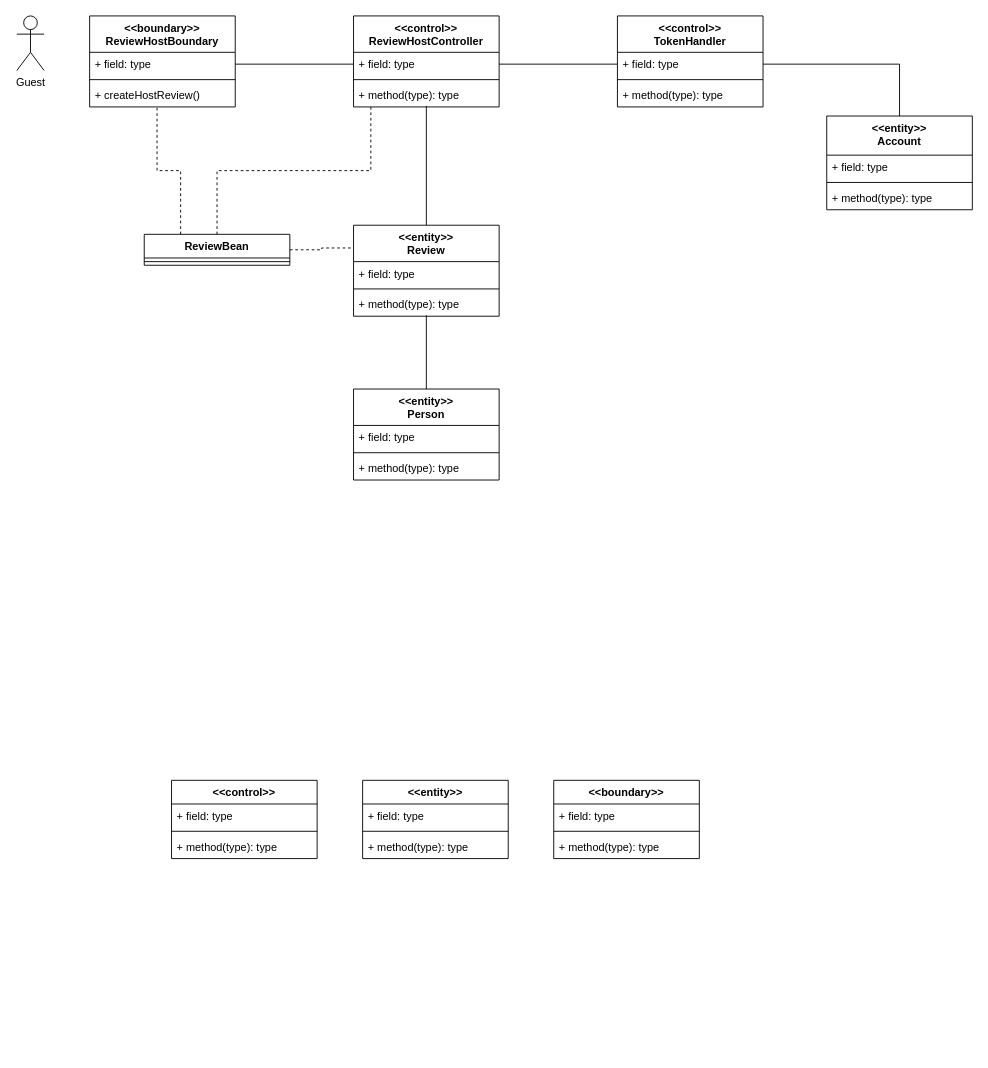
Earlier version of the draw.io diagram Docs/VoPC/VoPC ReviewHost.drawio (nic-agos/DoveStudi). Source tidied: cells renumbered, new cells numbered last; positions are measured from the earlier drawing's top-left corner, leaving out a move shared by most shapes. Both pictures are drawn from the tidied source at 91%, with x=0, y=0 at pixel (16, 15).
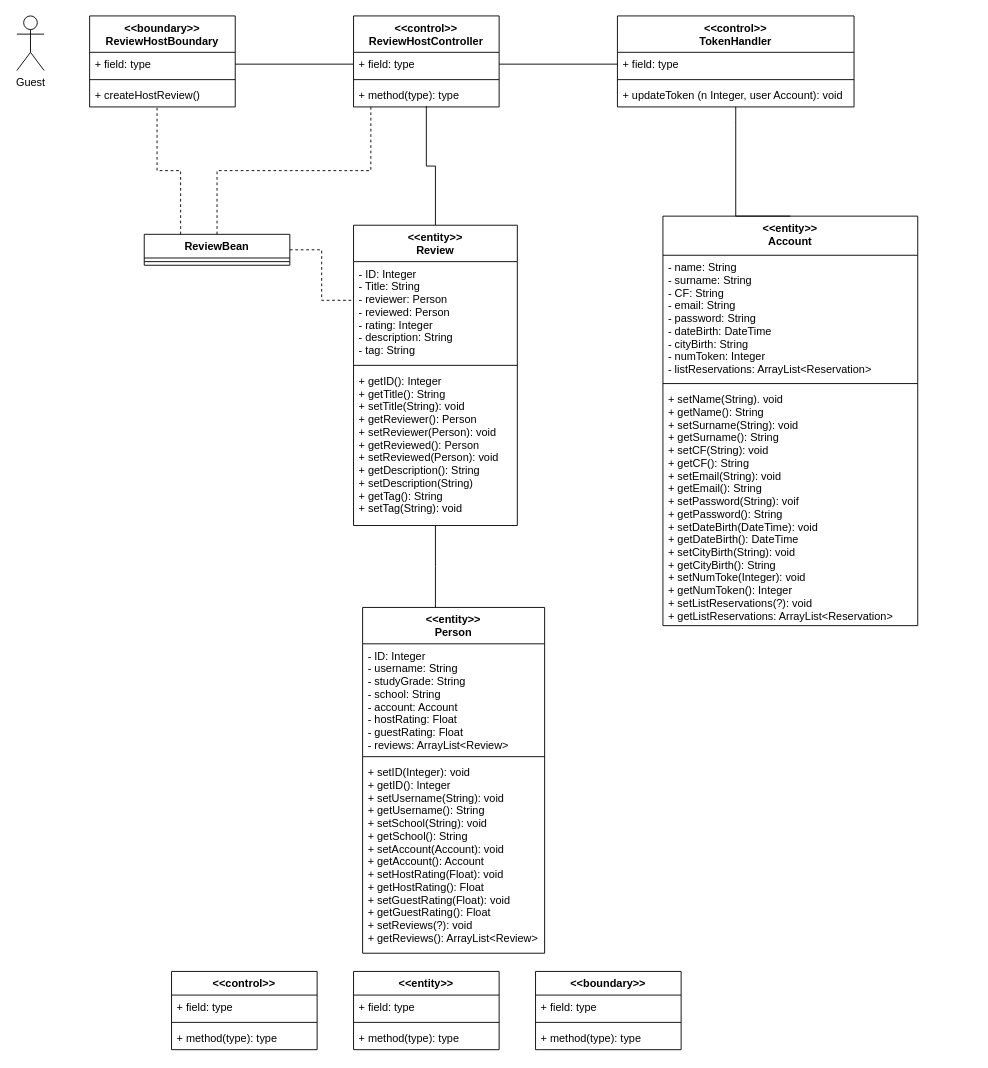
The same page after the edit.

Commit message:
added person/account

Diff of the diagram source:
```diff
@@
     <mxCell id="2" value="&lt;&lt;control&gt;&gt;" style="swimlane;fontStyle=1;align=center;verticalAlign=top;horizontal=1;startSize=26;" parent="1" vertex="1">
-      <mxGeometry x="170" y="840" width="160" height="86" as="geometry" />
+      <mxGeometry x="170" y="1050" width="160" height="86" as="geometry" />
     </mxCell>
@@
     <mxCell id="6" value="&lt;&lt;entity&gt;&gt;" style="swimlane;fontStyle=1;align=center;verticalAlign=top;horizontal=1;startSize=26;" parent="1" vertex="1">
-      <mxGeometry x="380" y="840" width="160" height="86" as="geometry" />
+      <mxGeometry x="370" y="1050" width="160" height="86" as="geometry" />
     </mxCell>
@@
     <mxCell id="10" value="&lt;&lt;boundary&gt;&gt;" style="swimlane;fontStyle=1;align=center;verticalAlign=top;horizontal=1;startSize=26;" parent="1" vertex="1">
-      <mxGeometry x="590" y="840" width="160" height="86" as="geometry" />
+      <mxGeometry x="570" y="1050" width="160" height="86" as="geometry" />
     </mxCell>
@@
     <mxCell id="29" value="&lt;&lt;entity&gt;&gt;&#10;Review" style="swimlane;fontStyle=1;align=center;verticalAlign=top;horizontal=1;startSize=40;" parent="1" vertex="1">
-      <mxGeometry x="370" y="230" width="160" height="100" as="geometry" />
+      <mxGeometry x="370" y="230" width="180" height="330" as="geometry" />
     </mxCell>
-    <mxCell id="30" value="+ field: type" style="text;strokeColor=none;fillColor=none;align=left;verticalAlign=top;spacingLeft=4;spacingRight=4;overflow=hidden;" parent="29" vertex="1">
-      <mxGeometry y="40" width="160" height="26" as="geometry" />
+    <mxCell id="30" value="- ID: Integer&#10;- Title: String&#10;- reviewer: Person&#10;- reviewed: Person&#10;- rating: Integer&#10;- description: String&#10;- tag: String" style="text;strokeColor=none;fillColor=none;align=left;verticalAlign=top;spacingLeft=4;spacingRight=4;overflow=hidden;" parent="29" vertex="1">
+      <mxGeometry y="40" width="180" height="110" as="geometry" />
     </mxCell>
     <mxCell id="31" style="line;strokeWidth=1;fillColor=none;align=left;verticalAlign=middle;spacingTop=-1;spacingLeft=3;spacingRight=3;labelPosition=right;" parent="29" vertex="1">
-      <mxGeometry y="66" width="160" height="8" as="geometry" />
+      <mxGeometry y="150" width="180" height="8" as="geometry" />
     </mxCell>
-    <mxCell id="32" value="+ method(type): type" style="text;strokeColor=none;fillColor=none;align=left;verticalAlign=top;spacingLeft=4;spacingRight=4;overflow=hidden;points=[[0,0.5],[1,0.5]];portConstraint=eastwest;" parent="29" vertex="1">
-      <mxGeometry y="74" width="160" height="26" as="geometry" />
+    <mxCell id="32" value="+ getID(): Integer&#10;+ getTitle(): String&#10;+ setTitle(String): void&#10;+ getReviewer(): Person&#10;+ setReviewer(Person): void&#10;+ getReviewed(): Person&#10;+ setReviewed(Person): void&#10;+ getDescription(): String&#10;+ setDescription(String)&#10;+ getTag(): String&#10;+ setTag(String): void" style="text;strokeColor=none;fillColor=none;align=left;verticalAlign=top;spacingLeft=4;spacingRight=4;overflow=hidden;points=[[0,0.5],[1,0.5]];portConstraint=eastwest;" parent="29" vertex="1">
+      <mxGeometry y="158" width="180" height="172" as="geometry" />
     </mxCell>
-    <mxCell id="33" style="edgeStyle=orthogonalEdgeStyle;rounded=0;jettySize=auto;html=1;entryX=0.5;entryY=0.962;entryDx=0;entryDy=0;entryPerimeter=0;endArrow=none;endFill=0;" parent="1" edge="1" source="34" target="32">
-      <mxGeometry relative="1" as="geometry" />
+    <mxCell id="33" style="edgeStyle=orthogonalEdgeStyle;rounded=0;jettySize=auto;html=1;endArrow=none;endFill=0;" parent="1" edge="1" source="34">
+      <mxGeometry relative="1" as="geometry">
+        <mxPoint x="460" y="560" as="targetPoint" />
+        <Array as="points">
+          <mxPoint x="460" y="605" />
+          <mxPoint x="460" y="605" />
+        </Array>
+      </mxGeometry>
     </mxCell>
     <mxCell id="34" value="&lt;&lt;entity&gt;&gt;&#10;Person" style="swimlane;fontStyle=1;align=center;verticalAlign=top;horizontal=1;startSize=40;" parent="1" vertex="1">
-      <mxGeometry x="370" y="410" width="160" height="100" as="geometry" />
+      <mxGeometry x="380" y="650" width="200" height="380" as="geometry" />
     </mxCell>
-    <mxCell id="35" value="+ field: type" style="text;strokeColor=none;fillColor=none;align=left;verticalAlign=top;spacingLeft=4;spacingRight=4;overflow=hidden;" parent="34" vertex="1">
-      <mxGeometry y="40" width="160" height="26" as="geometry" />
+    <mxCell id="35" value="- ID: Integer&#10;- username: String&#10;- studyGrade: String&#10;- school: String&#10;- account: Account&#10;- hostRating: Float&#10;- guestRating: Float&#10;- reviews: ArrayList&lt;Review&gt;" style="text;strokeColor=none;fillColor=none;align=left;verticalAlign=top;spacingLeft=4;spacingRight=4;overflow=hidden;" parent="34" vertex="1">
+      <mxGeometry y="40" width="200" height="120" as="geometry" />
     </mxCell>
     <mxCell id="36" style="line;strokeWidth=1;fillColor=none;align=left;verticalAlign=middle;spacingTop=-1;spacingLeft=3;spacingRight=3;labelPosition=right;" parent="34" vertex="1">
-      <mxGeometry y="66" width="160" height="8" as="geometry" />
+      <mxGeometry y="160" width="200" height="8" as="geometry" />
     </mxCell>
-    <mxCell id="37" value="+ method(type): type" style="text;strokeColor=none;fillColor=none;align=left;verticalAlign=top;spacingLeft=4;spacingRight=4;overflow=hidden;" parent="34" vertex="1">
-      <mxGeometry y="74" width="160" height="26" as="geometry" />
+    <mxCell id="37" value="+ setID(Integer): void&#10;+ getID(): Integer&#10;+ setUsername(String): void&#10;+ getUsername(): String&#10;+ setSchool(String): void&#10;+ getSchool(): String&#10;+ setAccount(Account): void&#10;+ getAccount(): Account&#10;+ setHostRating(Float): void&#10;+ getHostRating(): Float&#10;+ setGuestRating(Float): void&#10;+ getGuestRating(): Float&#10;+ setReviews(?): void&#10;+ getReviews(): ArrayList&lt;Review&gt;" style="text;strokeColor=none;fillColor=none;align=left;verticalAlign=top;spacingLeft=4;spacingRight=4;overflow=hidden;" parent="34" vertex="1">
+      <mxGeometry y="168" width="200" height="212" as="geometry" />
     </mxCell>
@@
     <mxCell id="39" value="&lt;&lt;entity&gt;&gt;&#10;Account" style="swimlane;fontStyle=1;align=center;verticalAlign=top;horizontal=1;startSize=43;" parent="1" vertex="1">
-      <mxGeometry x="890" y="110" width="160" height="103" as="geometry" />
+      <mxGeometry x="710" y="220" width="280" height="450" as="geometry" />
     </mxCell>
-    <mxCell id="40" value="+ field: type" style="text;strokeColor=none;fillColor=none;align=left;verticalAlign=top;spacingLeft=4;spacingRight=4;overflow=hidden;" parent="39" vertex="1">
-      <mxGeometry y="43" width="160" height="26" as="geometry" />
+    <mxCell id="40" value="- name: String&#10;- surname: String&#10;- CF: String&#10;- email: String&#10;- password: String&#10;- dateBirth: DateTime&#10;- cityBirth: String&#10;- numToken: Integer&#10;- listReservations: ArrayList&lt;Reservation&gt;" style="text;strokeColor=none;fillColor=none;align=left;verticalAlign=top;spacingLeft=4;spacingRight=4;overflow=hidden;" parent="39" vertex="1">
+      <mxGeometry y="43" width="280" height="137" as="geometry" />
     </mxCell>
     <mxCell id="41" style="line;strokeWidth=1;fillColor=none;align=left;verticalAlign=middle;spacingTop=-1;spacingLeft=3;spacingRight=3;labelPosition=right;" parent="39" vertex="1">
-      <mxGeometry y="69" width="160" height="8" as="geometry" />
+      <mxGeometry y="180" width="280" height="8" as="geometry" />
     </mxCell>
-    <mxCell id="42" value="+ method(type): type" style="text;strokeColor=none;fillColor=none;align=left;verticalAlign=top;spacingLeft=4;spacingRight=4;overflow=hidden;" parent="39" vertex="1">
-      <mxGeometry y="77" width="160" height="26" as="geometry" />
+    <mxCell id="42" value="+ setName(String). void&#10;+ getName(): String&#10;+ setSurname(String): void&#10;+ getSurname(): String&#10;+ setCF(String): void&#10;+ getCF(): String&#10;+ setEmail(String): void&#10;+ getEmail(): String&#10;+ setPassword(String): voif&#10;+ getPassword(): String&#10;+ setDateBirth(DateTime): void&#10;+ getDateBirth(): DateTime&#10;+ setCityBirth(String): void&#10;+ getCityBirth(): String&#10;+ setNumToke(Integer): void&#10;+ getNumToken(): Integer&#10;+ setListReservations(?): void&#10;+ getListReservations: ArrayList&lt;Reservation&gt;&#10;&#10;" style="text;strokeColor=none;fillColor=none;align=left;verticalAlign=top;spacingLeft=4;spacingRight=4;overflow=hidden;" parent="39" vertex="1">
+      <mxGeometry y="188" width="280" height="262" as="geometry" />
     </mxCell>
     <mxCell id="43" value="&lt;&lt;control&gt;&gt;&#10;TokenHandler" style="swimlane;fontStyle=1;align=center;verticalAlign=top;horizontal=1;startSize=40;" parent="1" vertex="1">
-      <mxGeometry x="660" width="160" height="100" as="geometry" />
+      <mxGeometry x="660" width="260" height="100" as="geometry" />
     </mxCell>
     <mxCell id="44" value="+ field: type" style="text;strokeColor=none;fillColor=none;align=left;verticalAlign=top;spacingLeft=4;spacingRight=4;overflow=hidden;points=[[0,0.5],[1,0.5]];portConstraint=eastwest;" parent="43" vertex="1">
-      <mxGeometry y="40" width="160" height="26" as="geometry" />
+      <mxGeometry y="40" width="260" height="26" as="geometry" />
     </mxCell>
     <mxCell id="45" style="line;strokeWidth=1;fillColor=none;align=left;verticalAlign=middle;spacingTop=-1;spacingLeft=3;spacingRight=3;labelPosition=right;" parent="43" vertex="1">
-      <mxGeometry y="66" width="160" height="8" as="geometry" />
+      <mxGeometry y="66" width="260" height="8" as="geometry" />
     </mxCell>
-    <mxCell id="46" value="+ method(type): type" style="text;strokeColor=none;fillColor=none;align=left;verticalAlign=top;spacingLeft=4;spacingRight=4;overflow=hidden;" parent="43" vertex="1">
-      <mxGeometry y="74" width="160" height="26" as="geometry" />
+    <mxCell id="46" value="+ updateToken (n Integer, user Account): void&#10;" style="text;strokeColor=none;fillColor=none;align=left;verticalAlign=top;spacingLeft=4;spacingRight=4;overflow=hidden;" parent="43" vertex="1">
+      <mxGeometry y="74" width="260" height="26" as="geometry" />
     </mxCell>
-    <mxCell id="47" style="edgeStyle=orthogonalEdgeStyle;rounded=0;jettySize=auto;html=1;entryX=0.5;entryY=0;entryDx=0;entryDy=0;endArrow=none;endFill=0;" parent="1" edge="1" source="44" target="39">
-      <mxGeometry relative="1" as="geometry" />
+    <mxCell id="47" style="edgeStyle=orthogonalEdgeStyle;rounded=0;jettySize=auto;html=1;entryX=0.5;entryY=0;entryDx=0;entryDy=0;endArrow=none;endFill=0;" parent="1" edge="1" target="39">
+      <mxGeometry relative="1" as="geometry">
+        <mxPoint x="790" y="100" as="sourcePoint" />
+        <Array as="points">
+          <mxPoint x="790" y="120" />
+          <mxPoint x="790" y="120" />
+        </Array>
+      </mxGeometry>
     </mxCell>
```
